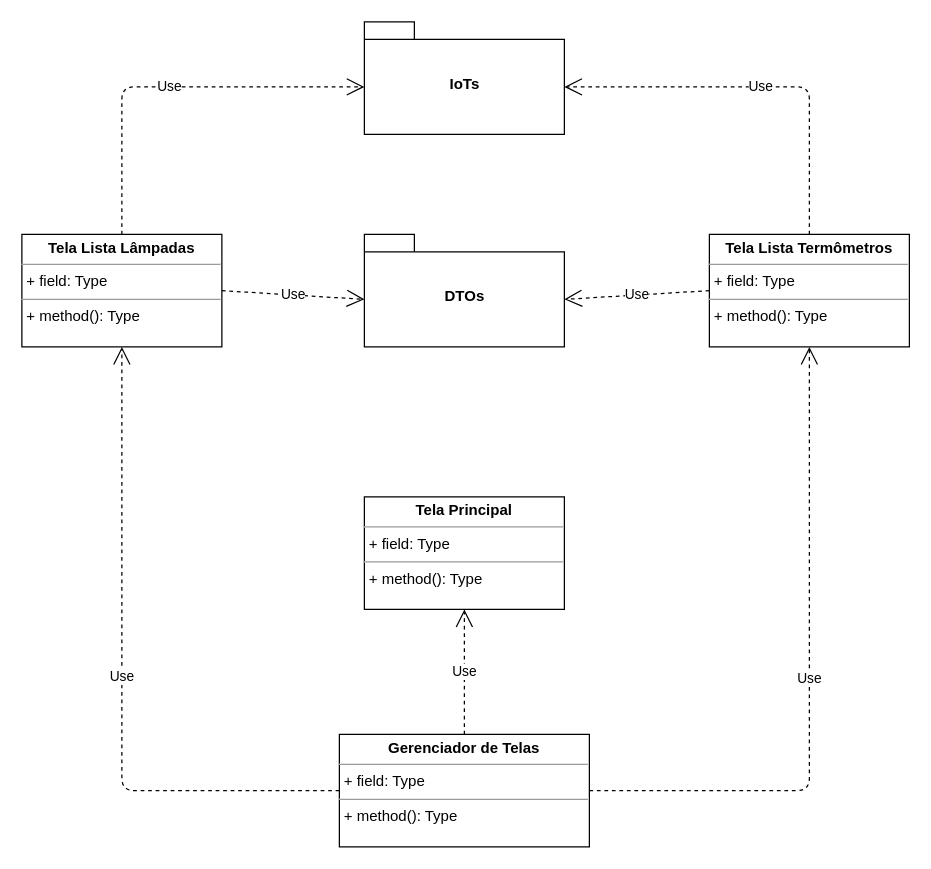
Before: page "Telas Package" (4 of 5) of Documents/Gerenciador_IoTs.drawio in CleberPresidente100/Gerenciador_IoTs, a draw.io diagram. Source tidied: cells renumbered, new cells numbered last; positions are measured from the earlier drawing's top-left corner, leaving out a move shared by most shapes. Both pictures are drawn from the tidied source at 125%, with x=0, y=0 at pixel (21, 21).
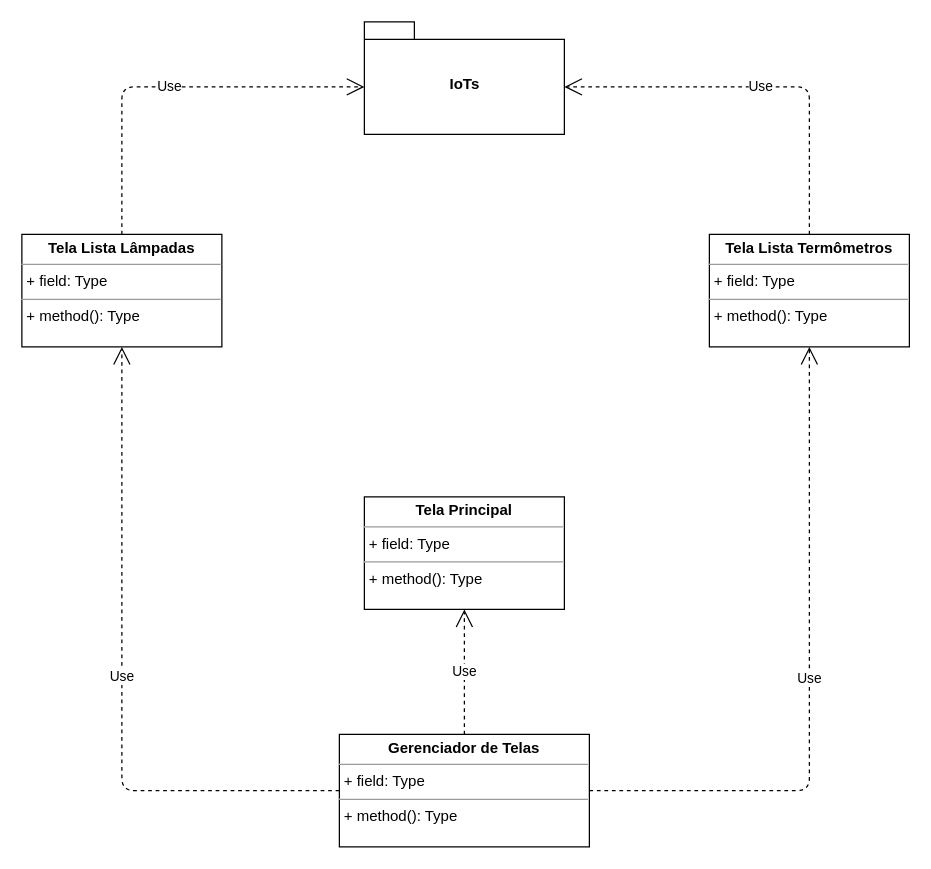
Above is the later version.

The change refers to these unchanged cells:
```xml
<mxCell id="2" value="&lt;p style=&quot;margin: 0px ; margin-top: 4px ; text-align: center&quot;&gt;&lt;b&gt;Tela Lista Termômetros&lt;/b&gt;&lt;/p&gt;&lt;hr size=&quot;1&quot;&gt;&lt;p style=&quot;margin: 0px ; margin-left: 4px&quot;&gt;+ field: Type&lt;/p&gt;&lt;hr size=&quot;1&quot;&gt;&lt;p style=&quot;margin: 0px ; margin-left: 4px&quot;&gt;+ method(): Type&lt;/p&gt;" style="verticalAlign=top;align=left;overflow=fill;fontSize=12;fontFamily=Helvetica;html=1;" parent="1" vertex="1">
  <mxGeometry x="550" y="170" width="160" height="90" as="geometry" />
</mxCell>
<mxCell id="8" value="&lt;p style=&quot;margin: 0px ; margin-top: 4px ; text-align: center&quot;&gt;&lt;b&gt;Tela Lista Lâmpadas&lt;/b&gt;&lt;/p&gt;&lt;hr size=&quot;1&quot;&gt;&lt;p style=&quot;margin: 0px ; margin-left: 4px&quot;&gt;+ field: Type&lt;/p&gt;&lt;hr size=&quot;1&quot;&gt;&lt;p style=&quot;margin: 0px ; margin-left: 4px&quot;&gt;+ method(): Type&lt;/p&gt;" style="verticalAlign=top;align=left;overflow=fill;fontSize=12;fontFamily=Helvetica;html=1;" parent="1" vertex="1">
  <mxGeometry y="170" width="160" height="90" as="geometry" />
</mxCell>
```

What changed in the source:
```diff
@@
-    <mxCell id="12" value="DTOs" style="shape=folder;fontStyle=1;spacingTop=10;tabWidth=40;tabHeight=14;tabPosition=left;html=1;" parent="1" vertex="1">
-      <mxGeometry x="274" y="170" width="160" height="90" as="geometry" />
-    </mxCell>
-    <mxCell id="13" value="Use" style="endArrow=open;endSize=12;dashed=1;html=1;exitX=0;exitY=0.5;exitDx=0;exitDy=0;entryX=0;entryY=0;entryDx=160;entryDy=52;entryPerimeter=0;" parent="1" edge="1" source="2" target="12">
-      <mxGeometry relative="1" as="geometry" />
-    </mxCell>
-    <mxCell id="14" value="Use" style="endArrow=open;endSize=12;dashed=1;html=1;exitX=1;exitY=0.5;exitDx=0;exitDy=0;entryX=0;entryY=0;entryDx=0;entryDy=52;entryPerimeter=0;" parent="1" edge="1" source="8" target="12">
-      <mxGeometry relative="1" as="geometry" />
-    </mxCell>
```
